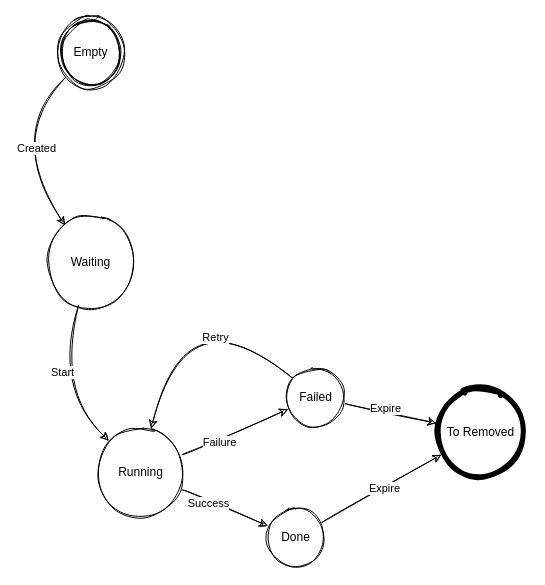
Above: page "Simulation - SMD" (2 of 2) of stars-simulator.drawio in estrondo/diagrams.net (draw.io), before the change. Source tidied: cells renumbered, new cells numbered last; positions are measured from the earlier drawing's top-left corner, leaving out a move shared by most shapes. Both pictures are drawn from the tidied source at 100%, with x=0, y=0 at pixel (5, 17).
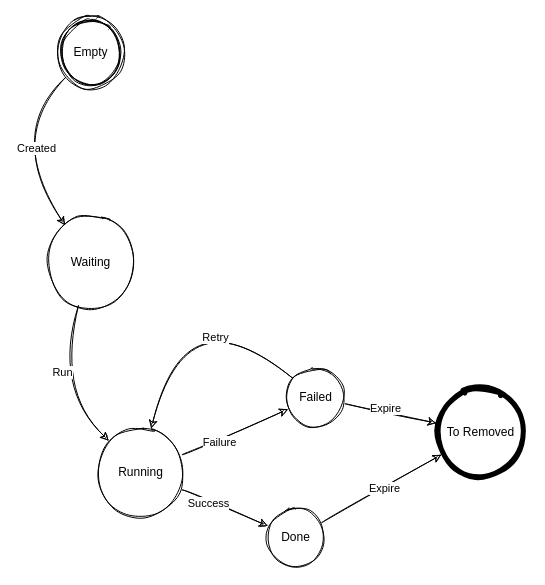
The same diagram, later.

The change refers to these unchanged cells:
```xml
<mxCell id="6" style="endArrow=classic;html=1;rounded=0;sketch=1;curved=1;" parent="1" edge="1" source="3" target="8">
  <mxGeometry relative="1" as="geometry">
    <Array as="points">
      <mxPoint x="50" y="370" />
    </Array>
  </mxGeometry>
</mxCell>
```

Diff of the diagram source:
```diff
@@
-    <mxCell id="7" value="Start" style="edgeLabel;html=1;align=center;verticalAlign=middle;" parent="6" vertex="1">
+    <mxCell id="7" value="Run" style="edgeLabel;html=1;align=center;verticalAlign=middle;" parent="6" vertex="1">
       <mxGeometry x="-0.33" y="-13" relative="1" as="geometry">
         <mxPoint x="11" y="18" as="offset" />
       </mxGeometry>
     </mxCell>
```
